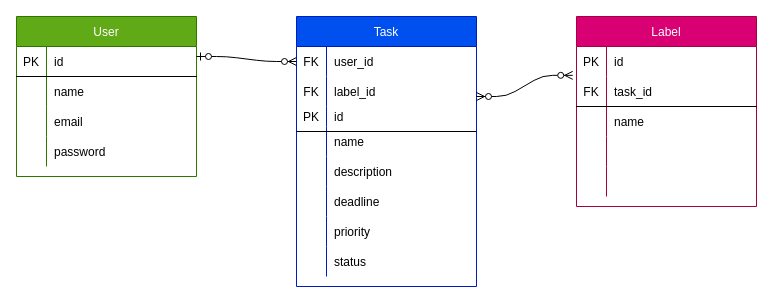
The draw.io diagram docs/ER.dio in daisuke-koguchi/everleaf_exam, before the edit. Source tidied: cells renumbered, new cells numbered last; positions are measured from the earlier drawing's top-left corner, leaving out a move shared by most shapes. Both pictures are drawn from the tidied source at 100%, with x=0, y=0 at pixel (16, 16).
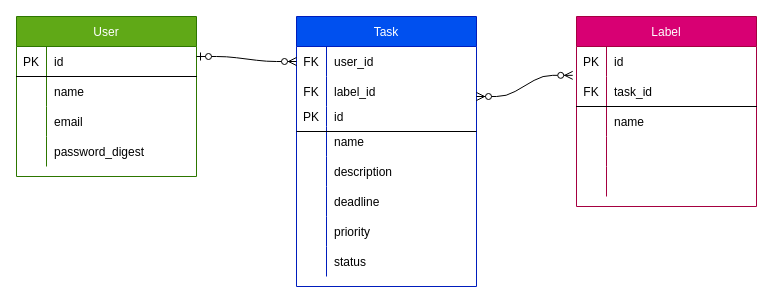
The same diagram, later.

Unchanged cells that the change refers to:
```xml
<mxCell id="12" style="shape=partialRectangle;fillColor=none;top=0;left=0;bottom=0;right=0;" parent="2" vertex="1">
  <mxGeometry y="120" width="180" height="30" as="geometry" />
</mxCell>
```

The edit, as a diff of the source:
```diff
@@
-    <mxCell id="14" value="password" style="shape=partialRectangle;fillColor=none;top=0;left=0;bottom=0;right=0;align=left;spacingLeft=6;overflow=hidden;" parent="12" vertex="1">
+    <mxCell id="14" value="password_digest" style="shape=partialRectangle;fillColor=none;top=0;left=0;bottom=0;right=0;align=left;spacingLeft=6;overflow=hidden;" parent="12" vertex="1">
       <mxGeometry x="30" width="150" height="30" as="geometry" />
     </mxCell>
```
